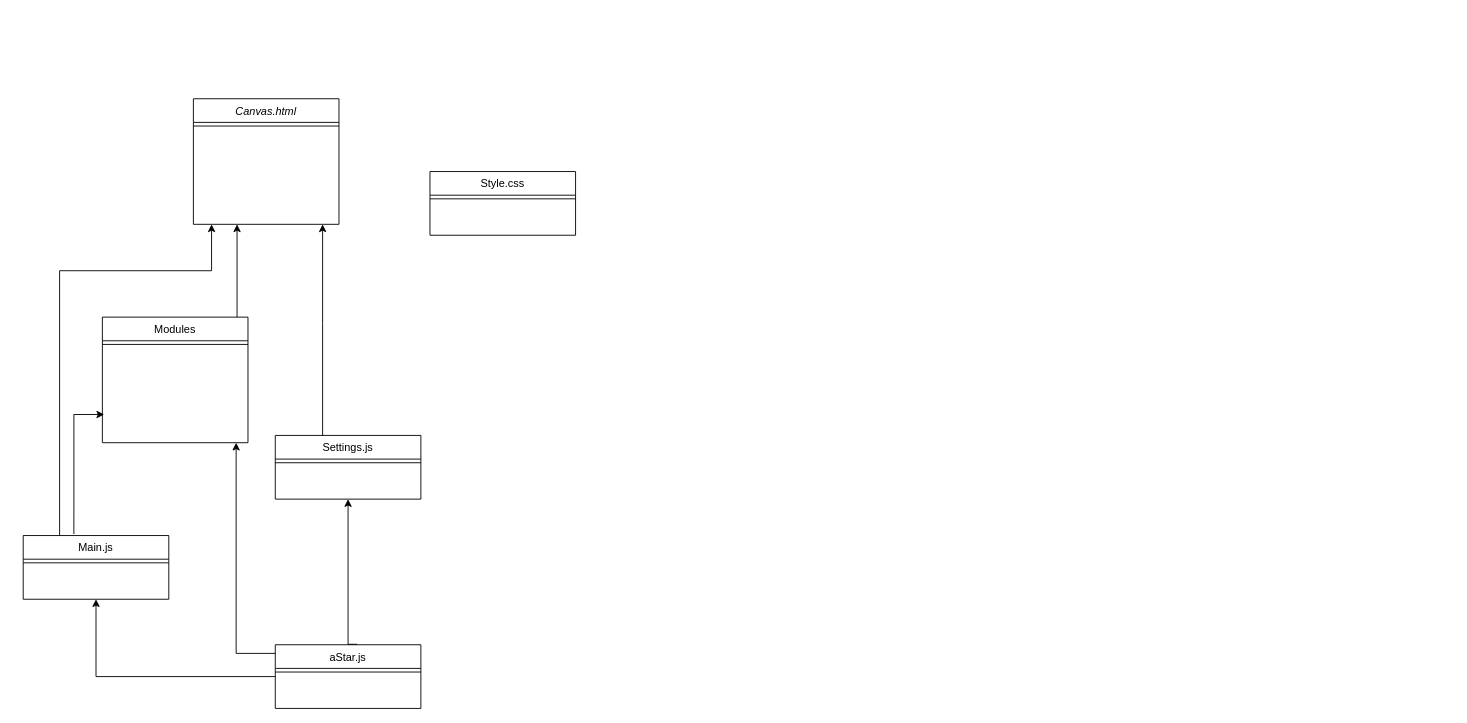
ajgray2017/AdamGrayResume keeps this draw.io diagram as A_StarPathfinding_SnakeGame/Untitled Diagram.drawio. Above is the earlier version. Source tidied: cells renumbered, new cells numbered last; positions are measured from the earlier drawing's top-left corner, leaving out a move shared by most shapes. Both pictures are drawn from the tidied source at 91%, with x=0, y=0 at pixel (23, 98).
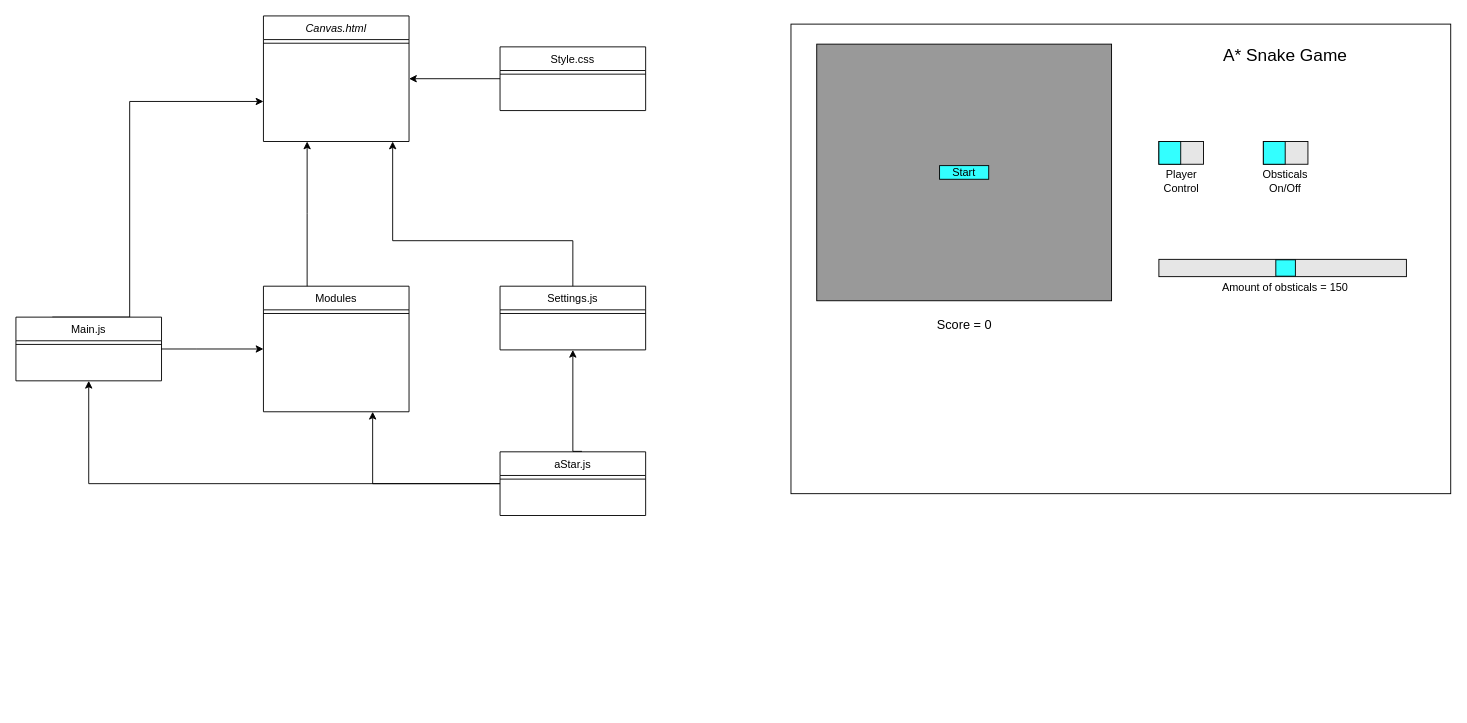
After the change.

Commit message:
Added basic diagram of final look

What changed in the source:
```diff
@@
     <mxCell id="2" value="Canvas.html" style="swimlane;fontStyle=2;align=center;verticalAlign=top;horizontal=1;startSize=26;rounded=0;shadow=0;strokeWidth=1;" parent="1" vertex="1">
-      <mxGeometry x="187" width="160" height="138" as="geometry" />
+      <mxGeometry x="264" y="-91" width="160" height="138" as="geometry" />
     </mxCell>
@@
     <mxCell id="4" value="Modules&#10;" style="swimlane;fontStyle=0;align=center;verticalAlign=top;horizontal=1;startSize=26;rounded=0;shadow=0;strokeWidth=1;" parent="1" vertex="1">
-      <mxGeometry x="87" y="240" width="160" height="138" as="geometry" />
+      <mxGeometry x="264" y="206" width="160" height="138" as="geometry" />
     </mxCell>
@@
     <mxCell id="6" style="endArrow=classic;endSize=6;endFill=1;shadow=0;strokeWidth=1;rounded=0;edgeStyle=elbowEdgeStyle;elbow=vertical;" parent="1" edge="1" source="4" target="2">
       <mxGeometry relative="1" as="geometry">
         <Array as="points">
-          <mxPoint x="235" y="217" />
+          <mxPoint x="312" y="126" />
         </Array>
       </mxGeometry>
     </mxCell>
     <mxCell id="7" value="Settings.js" style="swimlane;fontStyle=0;align=center;verticalAlign=top;horizontal=1;startSize=26;rounded=0;shadow=0;strokeWidth=1;" parent="1" vertex="1">
-      <mxGeometry x="277" y="370" width="160" height="70" as="geometry" />
+      <mxGeometry x="524" y="206" width="160" height="70" as="geometry" />
     </mxCell>
@@
     <mxCell id="9" style="endArrow=classic;endSize=6;endFill=1;shadow=0;strokeWidth=1;rounded=0;edgeStyle=elbowEdgeStyle;elbow=vertical;" parent="1" edge="1" source="7" target="2">
       <mxGeometry relative="1" as="geometry">
         <Array as="points">
-          <mxPoint x="329" y="247" />
-          <mxPoint x="323" y="212" />
+          <mxPoint x="406" y="156" />
+          <mxPoint x="400" y="121" />
         </Array>
       </mxGeometry>
     </mxCell>
+    <mxCell id="21" style="edgeStyle=orthogonalEdgeStyle;rounded=0;jettySize=auto;html=1;exitX=0;exitY=0.5;exitDx=0;exitDy=0;entryX=1;entryY=0.5;entryDx=0;entryDy=0;" parent="1" edge="1" source="10" target="2">
+      <mxGeometry relative="1" as="geometry" />
+    </mxCell>
     <mxCell id="10" value="Style.css" style="swimlane;fontStyle=0;align=center;verticalAlign=top;horizontal=1;startSize=26;rounded=0;shadow=0;strokeWidth=1;" parent="1" vertex="1">
-      <mxGeometry x="447" y="80" width="160" height="70" as="geometry" />
+      <mxGeometry x="524" y="-57" width="160" height="70" as="geometry" />
     </mxCell>
@@
     <mxCell id="12" value="aStar.js&#10;" style="swimlane;fontStyle=0;align=center;verticalAlign=top;horizontal=1;startSize=26;rounded=0;shadow=0;strokeWidth=1;" parent="1" vertex="1">
-      <mxGeometry x="277" y="600" width="160" height="70" as="geometry" />
+      <mxGeometry x="524" y="388" width="160" height="70" as="geometry" />
     </mxCell>
     <mxCell id="13" style="edgeStyle=orthogonalEdgeStyle;rounded=0;jettySize=auto;html=1;exitX=0;exitY=0.5;exitDx=0;exitDy=0;entryX=0.5;entryY=1;entryDx=0;entryDy=0;" parent="12" edge="1" target="7">
       <mxGeometry relative="1" as="geometry">
         <mxPoint x="90" y="-0.5" as="sourcePoint" />
         <Array as="points">
-          <mxPoint x="80" />
+          <mxPoint x="80" y="-1" />
         </Array>
       </mxGeometry>
     </mxCell>
@@
     <mxCell id="15" style="edgeStyle=orthogonalEdgeStyle;rounded=0;jettySize=auto;html=1;exitX=0.25;exitY=0;exitDx=0;exitDy=0;endArrow=classic;endFill=1;" parent="1" edge="1" source="16">
       <mxGeometry relative="1" as="geometry">
-        <mxPoint x="207" y="138" as="targetPoint" />
+        <mxPoint x="264" y="3" as="targetPoint" />
         <Array as="points">
-          <mxPoint x="40" y="189" />
-          <mxPoint x="207" y="189" />
-          <mxPoint x="207" y="138" />
+          <mxPoint x="117" y="3" />
         </Array>
       </mxGeometry>
     </mxCell>
     <mxCell id="16" value="Main.js" style="swimlane;fontStyle=0;align=center;verticalAlign=top;horizontal=1;startSize=26;rounded=0;shadow=0;strokeWidth=1;" parent="1" vertex="1">
-      <mxGeometry y="480" width="160" height="70" as="geometry" />
+      <mxGeometry x="-8" y="240" width="160" height="70" as="geometry" />
     </mxCell>
-    <mxCell id="17" style="edgeStyle=orthogonalEdgeStyle;rounded=0;jettySize=auto;html=1;exitX=0.348;exitY=-0.023;exitDx=0;exitDy=0;exitPerimeter=0;" parent="16" edge="1" source="16">
-      <mxGeometry relative="1" as="geometry">
-        <mxPoint x="89" y="-133" as="targetPoint" />
-        <Array as="points">
-          <mxPoint x="56" y="-133" />
-        </Array>
-      </mxGeometry>
-    </mxCell>
@@
-    <mxCell id="19" style="edgeStyle=orthogonalEdgeStyle;rounded=0;orthogonalLoop=1;jettySize=auto;html=1;exitX=0;exitY=0.5;exitDx=0;exitDy=0;" parent="1" edge="1">
+    <mxCell id="19" style="edgeStyle=orthogonalEdgeStyle;rounded=0;jettySize=auto;html=1;entryX=0.75;entryY=1;entryDx=0;entryDy=0;exitX=0;exitY=0.5;exitDx=0;exitDy=0;" parent="1" edge="1" source="12" target="4">
       <mxGeometry relative="1" as="geometry">
-        <mxPoint x="277" y="609.5" as="sourcePoint" />
-        <mxPoint x="234" y="378" as="targetPoint" />
         <Array as="points">
-          <mxPoint x="234" y="610" />
-          <mxPoint x="234" y="378" />
+          <mxPoint x="384" y="423" />
         </Array>
       </mxGeometry>
     </mxCell>
     <mxCell id="20" style="edgeStyle=orthogonalEdgeStyle;rounded=0;jettySize=auto;html=1;exitX=0;exitY=0.5;exitDx=0;exitDy=0;entryX=0.5;entryY=1;entryDx=0;entryDy=0;" parent="1" edge="1" source="12" target="16">
       <mxGeometry relative="1" as="geometry">
         <Array as="points">
-          <mxPoint x="80" y="635" />
+          <mxPoint x="72" y="423" />
         </Array>
       </mxGeometry>
     </mxCell>
+    <mxCell id="17" style="edgeStyle=orthogonalEdgeStyle;rounded=0;jettySize=auto;html=1;entryX=0;entryY=0.5;entryDx=0;entryDy=0;exitX=1;exitY=0.5;exitDx=0;exitDy=0;" parent="1" edge="1" source="16" target="4">
+      <mxGeometry relative="1" as="geometry">
+        <Array as="points">
+          <mxPoint x="190" y="275" />
+          <mxPoint x="190" y="275" />
+        </Array>
+      </mxGeometry>
+    </mxCell>
+    <mxCell id="22" style="rounded=0;whiteSpace=wrap;html=1;" parent="1" vertex="1">
+      <mxGeometry x="843.7" y="-82" width="725" height="516" as="geometry" />
+    </mxCell>
+    <mxCell id="23" style="rounded=0;whiteSpace=wrap;html=1;fillColor=#999999;" parent="1" vertex="1">
+      <mxGeometry x="872" y="-60" width="324" height="282" as="geometry" />
+    </mxCell>
+    <mxCell id="24" style="rounded=0;whiteSpace=wrap;html=1;fillColor=#33FFFF;" parent="1" vertex="1">
+      <mxGeometry x="1007" y="73.5" width="54" height="15" as="geometry" />
+    </mxCell>
+    <mxCell id="25" value="Start" style="text;html=1;strokeColor=none;fillColor=none;align=center;verticalAlign=middle;whiteSpace=wrap;rounded=0;" parent="1" vertex="1">
+      <mxGeometry x="1014" y="71" width="40" height="20" as="geometry" />
+    </mxCell>
+    <mxCell id="26" style="rounded=0;whiteSpace=wrap;html=1;fillColor=#E6E6E6;" parent="1" vertex="1">
+      <mxGeometry x="1248" y="176.5" width="272" height="19" as="geometry" />
+    </mxCell>
+    <mxCell id="27" style="rounded=0;whiteSpace=wrap;html=1;fillColor=#33FFFF;" parent="1" vertex="1">
+      <mxGeometry x="1376.5" y="177" width="21.5" height="18" as="geometry" />
+    </mxCell>
+    <mxCell id="28" value="Amount of obsticals = 150" style="text;html=1;strokeColor=none;fillColor=none;align=center;verticalAlign=middle;whiteSpace=wrap;rounded=0;" parent="1" vertex="1">
+      <mxGeometry x="1292.4" y="198" width="189.8" height="20" as="geometry" />
+    </mxCell>
+    <mxCell id="29" style="rounded=0;whiteSpace=wrap;html=1;fillColor=#E6E6E6;" parent="1" vertex="1">
+      <mxGeometry x="1248" y="47" width="49" height="25" as="geometry" />
+    </mxCell>
+    <mxCell id="30" style="rounded=0;whiteSpace=wrap;html=1;fillColor=#33FFFF;" parent="1" vertex="1">
+      <mxGeometry x="1248" y="47" width="24" height="25" as="geometry" />
+    </mxCell>
+    <mxCell id="31" value="Player Control" style="text;html=1;strokeColor=none;fillColor=none;align=center;verticalAlign=middle;whiteSpace=wrap;rounded=0;" parent="1" vertex="1">
+      <mxGeometry x="1252.5" y="81" width="40" height="20" as="geometry" />
+    </mxCell>
+    <mxCell id="32" style="rounded=0;whiteSpace=wrap;html=1;fillColor=#E6E6E6;" parent="1" vertex="1">
+      <mxGeometry x="1362.8" y="47" width="49" height="25" as="geometry" />
+    </mxCell>
+    <mxCell id="33" style="rounded=0;whiteSpace=wrap;html=1;fillColor=#33FFFF;" parent="1" vertex="1">
+      <mxGeometry x="1362.8" y="47" width="24" height="25" as="geometry" />
+    </mxCell>
+    <mxCell id="34" value="Obsticals On/Off" style="text;html=1;strokeColor=none;fillColor=none;align=center;verticalAlign=middle;whiteSpace=wrap;rounded=0;" parent="1" vertex="1">
+      <mxGeometry x="1367.3" y="81" width="40" height="20" as="geometry" />
+    </mxCell>
+    <mxCell id="35" value="&lt;font style=&quot;font-size: 19px&quot;&gt;A* Snake Game&lt;/font&gt;" style="text;html=1;strokeColor=none;fillColor=none;align=center;verticalAlign=middle;whiteSpace=wrap;rounded=0;" parent="1" vertex="1">
+      <mxGeometry x="1306.4" y="-57" width="161.8" height="20" as="geometry" />
+    </mxCell>
+    <mxCell id="36" value="&lt;font style=&quot;font-size: 14px&quot;&gt;Score = 0&lt;/font&gt;" style="text;html=1;strokeColor=none;fillColor=none;align=center;verticalAlign=middle;whiteSpace=wrap;rounded=0;" parent="1" vertex="1">
+      <mxGeometry x="992.5" y="238" width="83" height="20" as="geometry" />
+    </mxCell>
```
